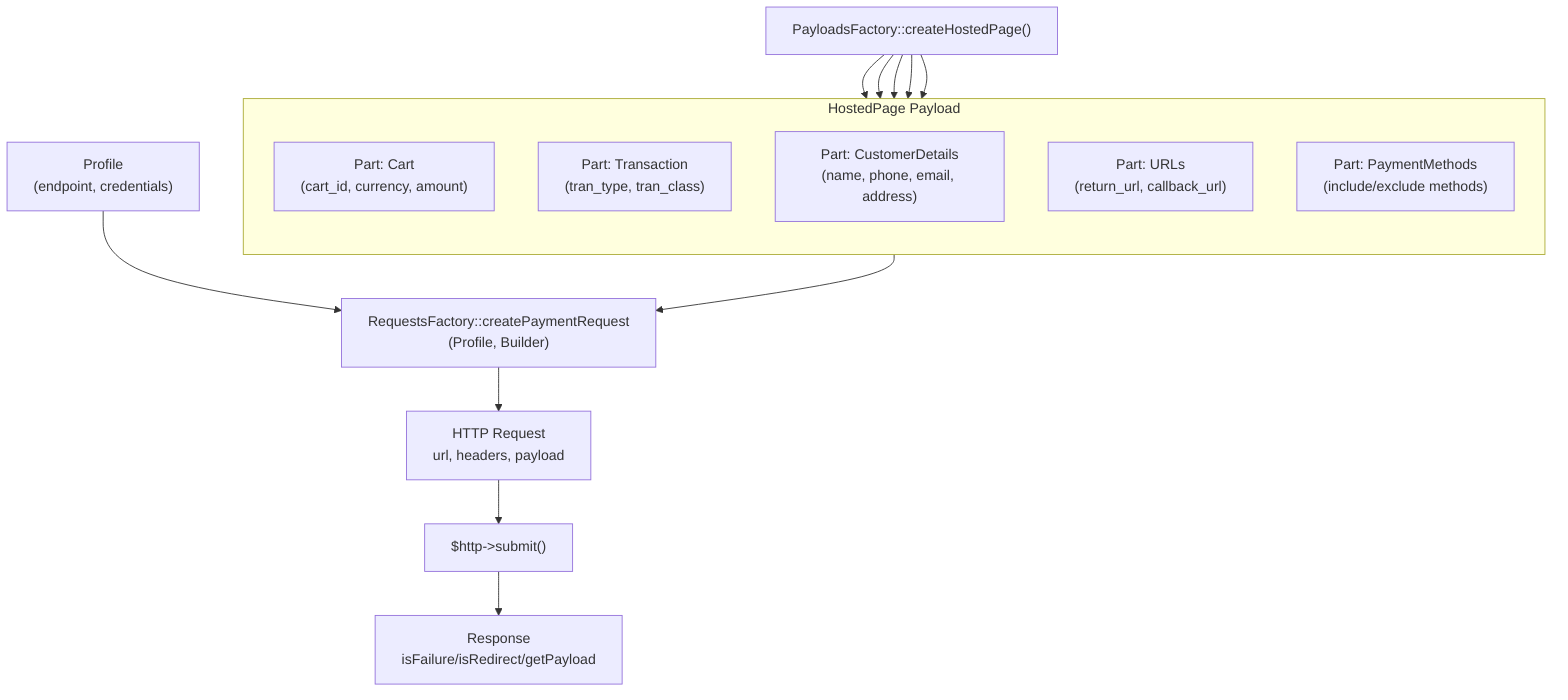
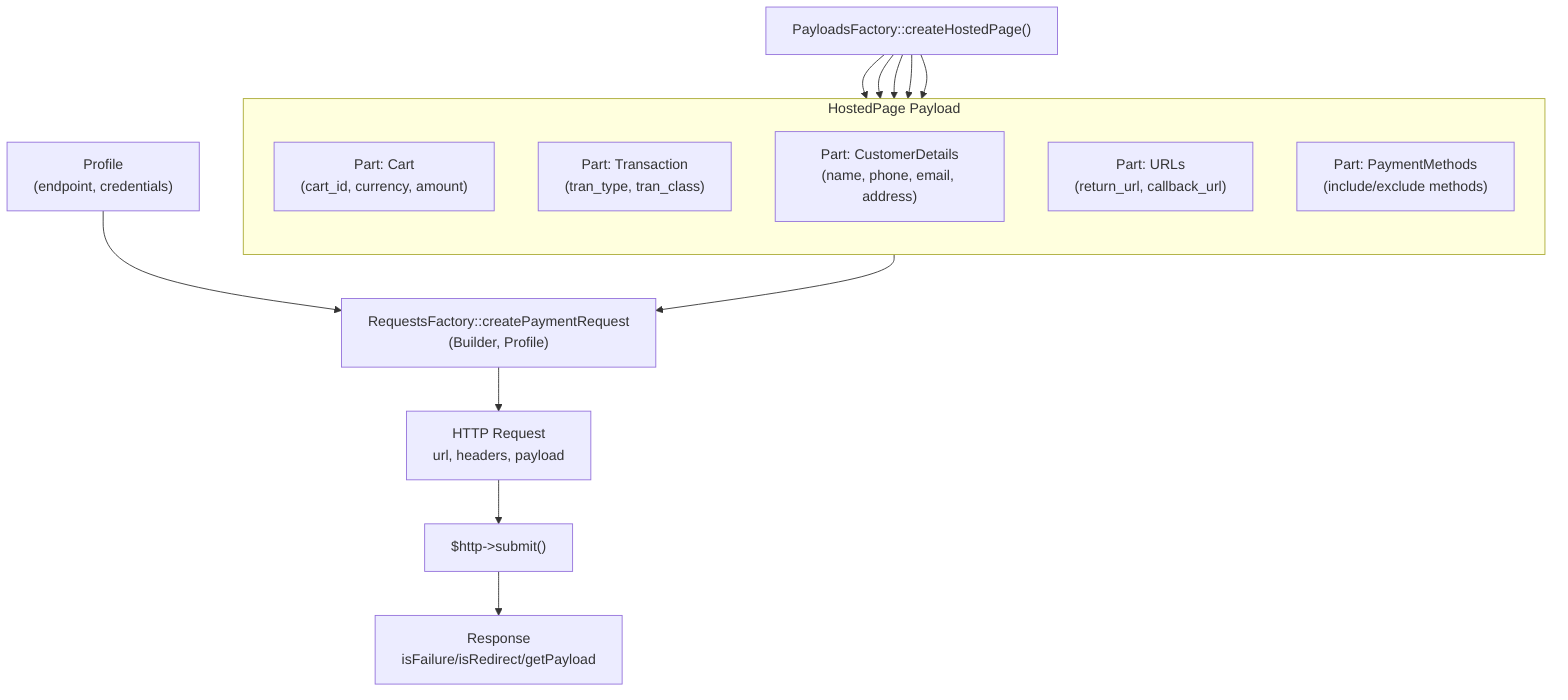
%% PaymentRequest Composition Diagram
%% Shows how multiple Parts assemble into a HostedPage Payload

graph TD
    Factory["PayloadsFactory::createHostedPage()"]

    subgraph HostedPage["HostedPage Payload"]
        direction TB
        Cart["Part: Cart<br/>(cart_id, currency, amount)"]
        Transaction["Part: Transaction<br/>(tran_type, tran_class)"]
        CustomerDetails["Part: CustomerDetails<br/>(name, phone, email, address)"]
        URLs["Part: URLs<br/>(return_url, callback_url)"]
        PaymentMethods["Part: PaymentMethods<br/>(include/exclude methods)"]
    end

    Factory --> Cart
    Factory --> Transaction
    Factory --> CustomerDetails
    Factory --> URLs
    Factory --> PaymentMethods

-     HostedPage --> Request["RequestsFactory::createPaymentRequest<br/>(Profile, Builder)"]
+     HostedPage --> Request["RequestsFactory::createPaymentRequest<br/>(Builder, Profile)"]
    Profile["Profile<br/>(endpoint, credentials)"] --> Request

    Request --> HTTP["HTTP Request<br/>url, headers, payload"]
    HTTP --> Submit["$http->submit()"]
    Submit --> Response["Response<br/>isFailure/isRedirect/getPayload"]
